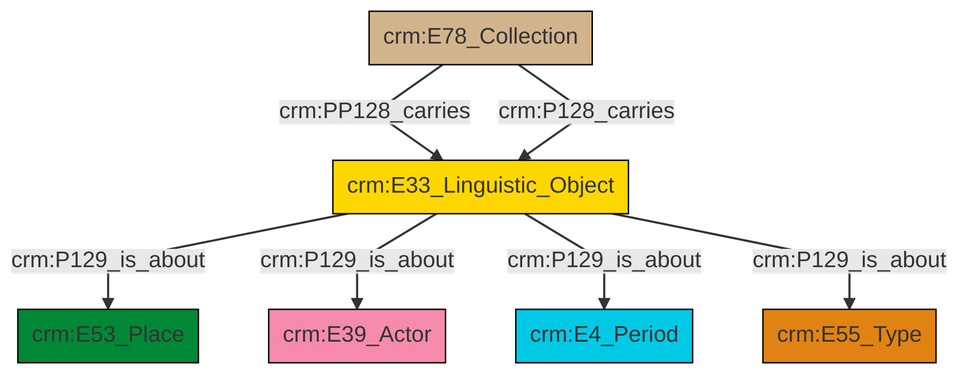
This is et/archivalCSV/ttl/mmd/png/archival_aboutness.png from swiss-art-research-net/docs.swissartresearch, a Mermaid export, as it was before one commit. Its source is kept beside it as et/archivalCSV/ttl/mmd/archival_aboutness.ttl.mmd.
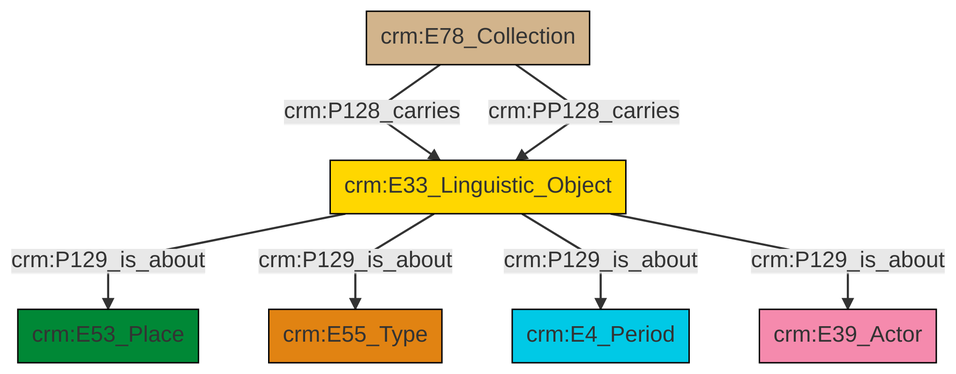
Above is the later version.

Diff of the diagram source:
```diff
@@ -13,9 +13,9 @@
 classDef PC_Classes fill:#4ce600, stroke:#000000;
 classDef Multi fill:#cccccc,stroke:#000000;
 
-2["crm:E33_Linguistic_Object"]:::Conceptual_Object -->|crm:P129_is_about| 3["crm:E53_Place"]:::Place
-0["crm:E78_Collection"]:::Physical_Thing -->|crm:PP128_carries| 2["crm:E33_Linguistic_Object"]:::Conceptual_Object
-2["crm:E33_Linguistic_Object"]:::Conceptual_Object -->|crm:P129_is_about| 4["crm:E39_Actor"]:::Actor
-2["crm:E33_Linguistic_Object"]:::Conceptual_Object -->|crm:P129_is_about| 6["crm:E4_Period"]:::Temporal_Entity
-2["crm:E33_Linguistic_Object"]:::Conceptual_Object -->|crm:P129_is_about| 9["crm:E55_Type"]:::Type
-0["crm:E78_Collection"]:::Physical_Thing -->|crm:P128_carries| 2["crm:E33_Linguistic_Object"]:::Conceptual_Object
+2["crm:E78_Collection"]:::Physical_Thing -->|crm:P128_carries| 3["crm:E33_Linguistic_Object"]:::Conceptual_Object
+3["crm:E33_Linguistic_Object"]:::Conceptual_Object -->|crm:P129_is_about| 4["crm:E53_Place"]:::Place
+3["crm:E33_Linguistic_Object"]:::Conceptual_Object -->|crm:P129_is_about| 5["crm:E55_Type"]:::Type
+2["crm:E78_Collection"]:::Physical_Thing -->|crm:PP128_carries| 3["crm:E33_Linguistic_Object"]:::Conceptual_Object
+3["crm:E33_Linguistic_Object"]:::Conceptual_Object -->|crm:P129_is_about| 0["crm:E4_Period"]:::Temporal_Entity
+3["crm:E33_Linguistic_Object"]:::Conceptual_Object -->|crm:P129_is_about| 7["crm:E39_Actor"]:::Actor
```
